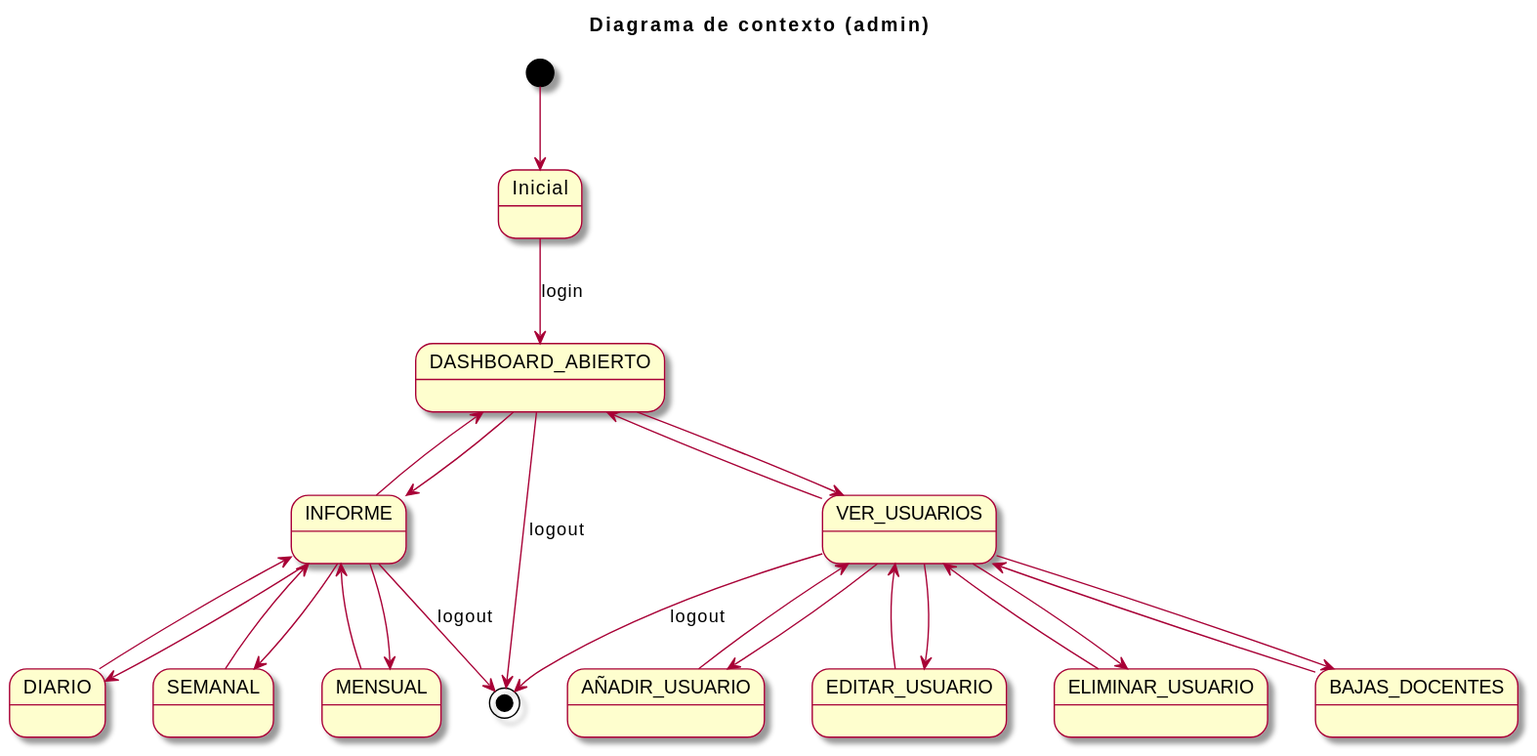
Before: imagenes/casosDeUso/diagramaContexto(admin).svg, a diagram exported from PlantUML (mmasias/23-24-IdSw1-SDR).
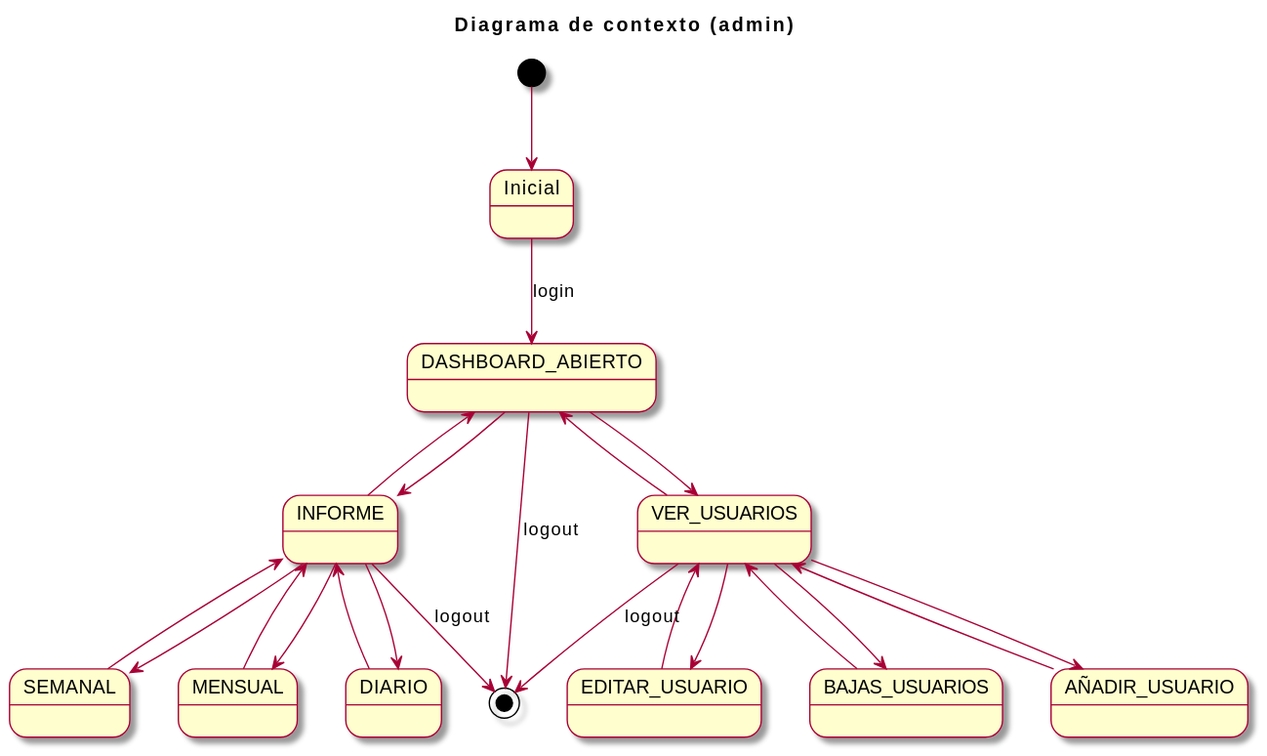
Later version of the same file.

Commit message:
Cambiar de eliminar a dar de baja

The edit, as a diff of the source:
```diff
@@ -9,17 +9,13 @@
 DASHBOARD_ABIERTO --> VER_USUARIOS
 DASHBOARD_ABIERTO <-- VER_USUARIOS
 
-
-
 VER_USUARIOS <-- AÑADIR_USUARIO
 VER_USUARIOS <-- EDITAR_USUARIO
-VER_USUARIOS <-- ELIMINAR_USUARIO
-VER_USUARIOS <-- BAJAS_DOCENTES
+VER_USUARIOS <-- BAJAS_USUARIOS
 
 VER_USUARIOS --> AÑADIR_USUARIO
 VER_USUARIOS --> EDITAR_USUARIO
-VER_USUARIOS --> ELIMINAR_USUARIO
-VER_USUARIOS --> BAJAS_DOCENTES
+VER_USUARIOS --> BAJAS_USUARIOS
 
 DASHBOARD_ABIERTO --> INFORME
 DASHBOARD_ABIERTO <-- INFORME
```
